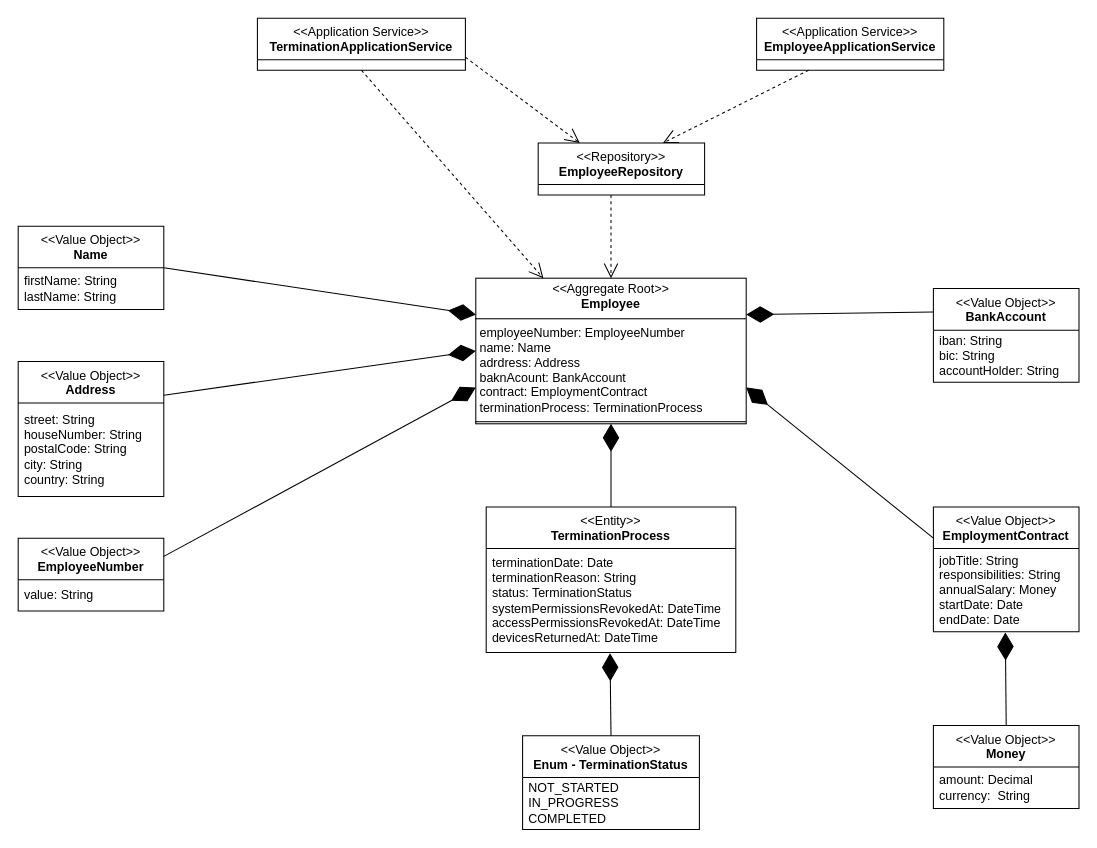
The draw.io diagram uml/hr-management.drawio in AlexanderCoopmans/FSE-Mitarbeiterverwaltung-Example, before the edit. Source tidied: cells renumbered, new cells numbered last; positions are measured from the earlier drawing's top-left corner, leaving out a move shared by most shapes. Both pictures are drawn from the tidied source at 104%, with x=0, y=0 at pixel (18, 18).
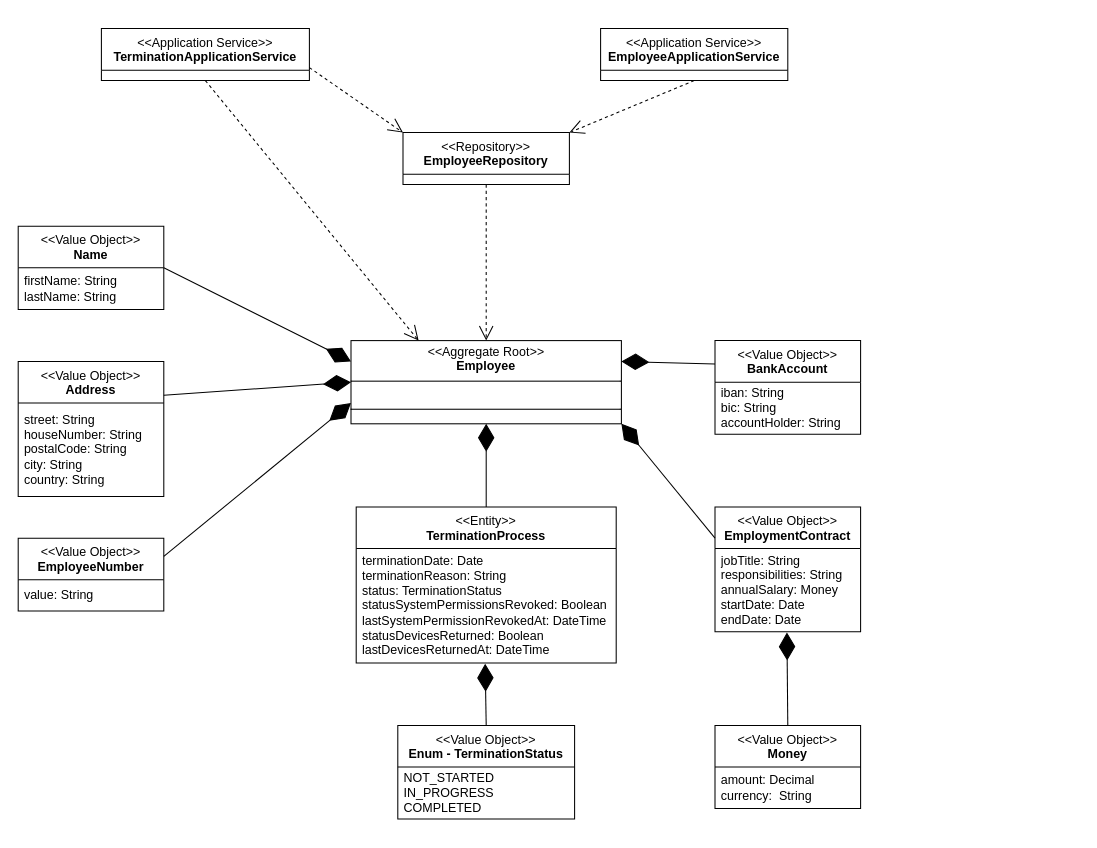
Above is the later version.

What changed in the source:
```diff
@@
-    <mxCell id="2" value="&lt;p style=&quot;margin:0px;margin-top:4px;text-align:center;&quot;&gt;&lt;i&gt;&amp;lt;&amp;lt;&lt;/i&gt;Aggregate Root&lt;i&gt;&amp;gt;&amp;gt;&lt;/i&gt;&lt;br&gt;&lt;b&gt;Employee&lt;/b&gt;&lt;/p&gt;&lt;hr size=&quot;1&quot; style=&quot;border-style:solid;&quot;&gt;&lt;p style=&quot;margin:0px;margin-left:4px;&quot;&gt;employeeNumber: EmployeeNumber&lt;/p&gt;&lt;p style=&quot;margin:0px;margin-left:4px;&quot;&gt;name: Name&lt;/p&gt;&lt;p style=&quot;margin:0px;margin-left:4px;&quot;&gt;adrdress: Address&lt;/p&gt;&lt;p style=&quot;margin:0px;margin-left:4px;&quot;&gt;baknAcount: BankAccount&lt;/p&gt;&lt;p style=&quot;margin:0px;margin-left:4px;&quot;&gt;contract: EmploymentContract&lt;/p&gt;&lt;p style=&quot;margin:0px;margin-left:4px;&quot;&gt;terminationProcess: TerminationProcess&lt;/p&gt;&lt;hr size=&quot;1&quot; style=&quot;border-style:solid;&quot;&gt;&lt;p style=&quot;margin:0px;margin-left:4px;&quot;&gt;&lt;br&gt;&lt;/p&gt;" style="verticalAlign=top;align=left;overflow=fill;html=1;whiteSpace=wrap;" parent="1" vertex="1">
-      <mxGeometry x="440" y="250" width="260" height="140" as="geometry" />
+    <mxCell id="2" value="&lt;p style=&quot;margin:0px;margin-top:4px;text-align:center;&quot;&gt;&lt;i&gt;&amp;lt;&amp;lt;&lt;/i&gt;Aggregate Root&lt;i&gt;&amp;gt;&amp;gt;&lt;/i&gt;&lt;br&gt;&lt;b&gt;Employee&lt;/b&gt;&lt;/p&gt;&lt;hr size=&quot;1&quot; style=&quot;border-style:solid;&quot;&gt;&lt;p style=&quot;margin:0px;margin-left:4px;&quot;&gt;&lt;br&gt;&lt;/p&gt;&lt;hr size=&quot;1&quot; style=&quot;border-style:solid;&quot;&gt;&lt;p style=&quot;margin:0px;margin-left:4px;&quot;&gt;&lt;br&gt;&lt;/p&gt;" style="verticalAlign=top;align=left;overflow=fill;html=1;whiteSpace=wrap;" parent="1" vertex="1">
+      <mxGeometry x="320" y="310" width="260" height="80" as="geometry" />
     </mxCell>
@@
     <mxCell id="9" value="&amp;lt;&amp;lt;Value Object&amp;gt;&amp;gt;&lt;br&gt;&lt;b&gt;EmploymentContract&lt;/b&gt;" style="swimlane;fontStyle=0;align=center;verticalAlign=top;horizontal=1;startSize=40;html=1;whiteSpace=wrap;" parent="1" vertex="1">
-      <mxGeometry x="880" y="470" width="140" height="120" as="geometry" />
+      <mxGeometry x="670" y="470" width="140" height="120" as="geometry" />
     </mxCell>
@@
     <mxCell id="11" value="&amp;lt;&amp;lt;Value Object&amp;gt;&amp;gt;&lt;br&gt;&lt;b&gt;Money&lt;/b&gt;" style="swimlane;fontStyle=0;align=center;verticalAlign=top;horizontal=1;startSize=40;html=1;whiteSpace=wrap;" parent="1" vertex="1">
-      <mxGeometry x="880" y="680" width="140" height="80" as="geometry" />
+      <mxGeometry x="670" y="680" width="140" height="80" as="geometry" />
     </mxCell>
@@
     <mxCell id="13" value="&amp;lt;&amp;lt;Value Object&amp;gt;&amp;gt;&lt;br&gt;&lt;b&gt;BankAccount&lt;/b&gt;" style="swimlane;fontStyle=0;align=center;verticalAlign=top;horizontal=1;startSize=40;html=1;whiteSpace=wrap;" parent="1" vertex="1">
-      <mxGeometry x="880" y="260" width="140" height="90" as="geometry" />
+      <mxGeometry x="670" y="310" width="140" height="90" as="geometry" />
     </mxCell>
@@
     <mxCell id="15" value="&amp;lt;&amp;lt;Entity&amp;gt;&amp;gt;&lt;br&gt;&lt;b&gt;TerminationProcess&lt;/b&gt;" style="swimlane;fontStyle=0;align=center;verticalAlign=top;horizontal=1;startSize=40;html=1;whiteSpace=wrap;" parent="1" vertex="1">
-      <mxGeometry x="450" y="470" width="240" height="140" as="geometry" />
+      <mxGeometry x="325" y="470" width="250" height="150" as="geometry" />
     </mxCell>
-    <mxCell id="16" value="&lt;div&gt;terminationDate: Date&lt;/div&gt;&lt;div&gt;terminationReason: String&lt;/div&gt;&lt;div&gt;status: TerminationStatus&lt;/div&gt;&lt;div&gt;systemPermissionsRevokedAt: DateTime&lt;/div&gt;&lt;div&gt;accessPermissionsRevokedAt: DateTime&lt;/div&gt;&lt;div&gt;devicesReturnedAt: DateTime&lt;/div&gt;" style="text;html=1;strokeColor=none;fillColor=none;align=left;verticalAlign=middle;spacingLeft=4;spacingRight=4;overflow=hidden;points=[[0,0.5],[1,0.5]];portConstraint=eastwest;whiteSpace=wrap;" parent="15" vertex="1">
-      <mxGeometry y="40" width="240" height="100" as="geometry" />
+    <mxCell id="16" value="&lt;div&gt;terminationDate: Date&lt;/div&gt;&lt;div&gt;terminationReason: String&lt;/div&gt;&lt;div&gt;status: TerminationStatus&lt;/div&gt;&lt;div&gt;statusSystemPermissionsRevoked: Boolean&lt;/div&gt;&lt;div&gt;lastSystemPermissionRevokedAt: DateTime&lt;/div&gt;&lt;div&gt;statusDevicesReturned: Boolean&lt;/div&gt;&lt;div&gt;lastDevicesReturnedAt: DateTime&lt;/div&gt;" style="text;html=1;strokeColor=none;fillColor=none;align=left;verticalAlign=middle;spacingLeft=4;spacingRight=4;overflow=hidden;points=[[0,0.5],[1,0.5]];portConstraint=eastwest;whiteSpace=wrap;" parent="15" vertex="1">
+      <mxGeometry y="40" width="250" height="110" as="geometry" />
     </mxCell>
     <mxCell id="17" value="&amp;lt;&amp;lt;Value Object&amp;gt;&amp;gt;&lt;br&gt;&lt;b&gt;Enum - TerminationStatus&lt;/b&gt;" style="swimlane;fontStyle=0;align=center;verticalAlign=top;horizontal=1;startSize=40;html=1;whiteSpace=wrap;" parent="1" vertex="1">
-      <mxGeometry x="485" y="690" width="170" height="90" as="geometry" />
+      <mxGeometry x="365" y="680" width="170" height="90" as="geometry" />
     </mxCell>
@@
     <mxCell id="19" value="&amp;lt;&amp;lt;Repository&amp;gt;&amp;gt;&lt;br&gt;&lt;b&gt;EmployeeRepository&lt;/b&gt;" style="swimlane;fontStyle=0;align=center;verticalAlign=top;horizontal=1;startSize=40;html=1;whiteSpace=wrap;" parent="1" vertex="1">
-      <mxGeometry x="500" y="120" width="160" height="50" as="geometry" />
+      <mxGeometry x="370" y="110" width="160" height="50" as="geometry" />
     </mxCell>
     <mxCell id="20" value="&amp;lt;&amp;lt;Application Service&amp;gt;&amp;gt;&lt;br&gt;&lt;b&gt;EmployeeApplicationService&lt;/b&gt;" style="swimlane;fontStyle=0;align=center;verticalAlign=top;horizontal=1;startSize=40;html=1;whiteSpace=wrap;" parent="1" vertex="1">
-      <mxGeometry x="710" width="180" height="50" as="geometry" />
+      <mxGeometry x="560" y="10" width="180" height="50" as="geometry" />
     </mxCell>
     <mxCell id="21" value="&amp;lt;&amp;lt;Application Service&amp;gt;&amp;gt;&lt;br&gt;&lt;b&gt;TerminationApplicationService&lt;/b&gt;" style="swimlane;fontStyle=0;align=center;verticalAlign=top;horizontal=1;startSize=40;html=1;whiteSpace=wrap;" parent="1" vertex="1">
-      <mxGeometry x="230" width="200" height="50" as="geometry" />
+      <mxGeometry x="80" y="10" width="200" height="50" as="geometry" />
     </mxCell>
@@
-    <mxCell id="27" style="endArrow=diamondThin;endFill=1;endSize=24;html=1;rounded=0;entryX=1;entryY=0.75;entryDx=0;entryDy=0;exitX=0;exitY=0.25;exitDx=0;exitDy=0;" parent="1" edge="1" source="9" target="2">
+    <mxCell id="27" style="endArrow=diamondThin;endFill=1;endSize=24;html=1;rounded=0;entryX=1;entryY=1;entryDx=0;entryDy=0;exitX=0;exitY=0.25;exitDx=0;exitDy=0;" parent="1" edge="1" source="9" target="2">
       <mxGeometry relative="1" as="geometry" />
     </mxCell>
@@
-    <mxCell id="31" style="endArrow=open;endSize=12;dashed=1;html=1;rounded=0;exitX=1;exitY=0.75;exitDx=0;exitDy=0;entryX=0.25;entryY=0;entryDx=0;entryDy=0;" parent="1" edge="1" source="21" target="19">
+    <mxCell id="31" style="endArrow=open;endSize=12;dashed=1;html=1;rounded=0;exitX=1;exitY=0.75;exitDx=0;exitDy=0;entryX=0;entryY=0;entryDx=0;entryDy=0;" parent="1" edge="1" source="21" target="19">
       <mxGeometry relative="1" as="geometry" />
     </mxCell>
-    <mxCell id="32" style="endArrow=open;endSize=12;dashed=1;html=1;rounded=0;entryX=0.5;entryY=0;entryDx=0;entryDy=0;" parent="1" edge="1" target="2">
-      <mxGeometry relative="1" as="geometry">
-        <mxPoint x="570" y="170" as="sourcePoint" />
-      </mxGeometry>
+    <mxCell id="32" style="endArrow=open;endSize=12;dashed=1;html=1;rounded=0;entryX=0.5;entryY=0;entryDx=0;entryDy=0;exitX=0.5;exitY=1;exitDx=0;exitDy=0;" parent="1" edge="1" source="19" target="2">
+      <mxGeometry relative="1" as="geometry" />
     </mxCell>
-    <mxCell id="33" style="endArrow=open;endSize=12;dashed=1;html=1;rounded=0;entryX=0.75;entryY=0;entryDx=0;entryDy=0;" parent="1" edge="1" target="19">
-      <mxGeometry relative="1" as="geometry">
-        <mxPoint x="760" y="50" as="sourcePoint" />
-      </mxGeometry>
+    <mxCell id="33" style="endArrow=open;endSize=12;dashed=1;html=1;rounded=0;entryX=1;entryY=0;entryDx=0;entryDy=0;exitX=0.5;exitY=1;exitDx=0;exitDy=0;" parent="1" edge="1" source="20" target="19">
+      <mxGeometry relative="1" as="geometry" />
     </mxCell>
```
